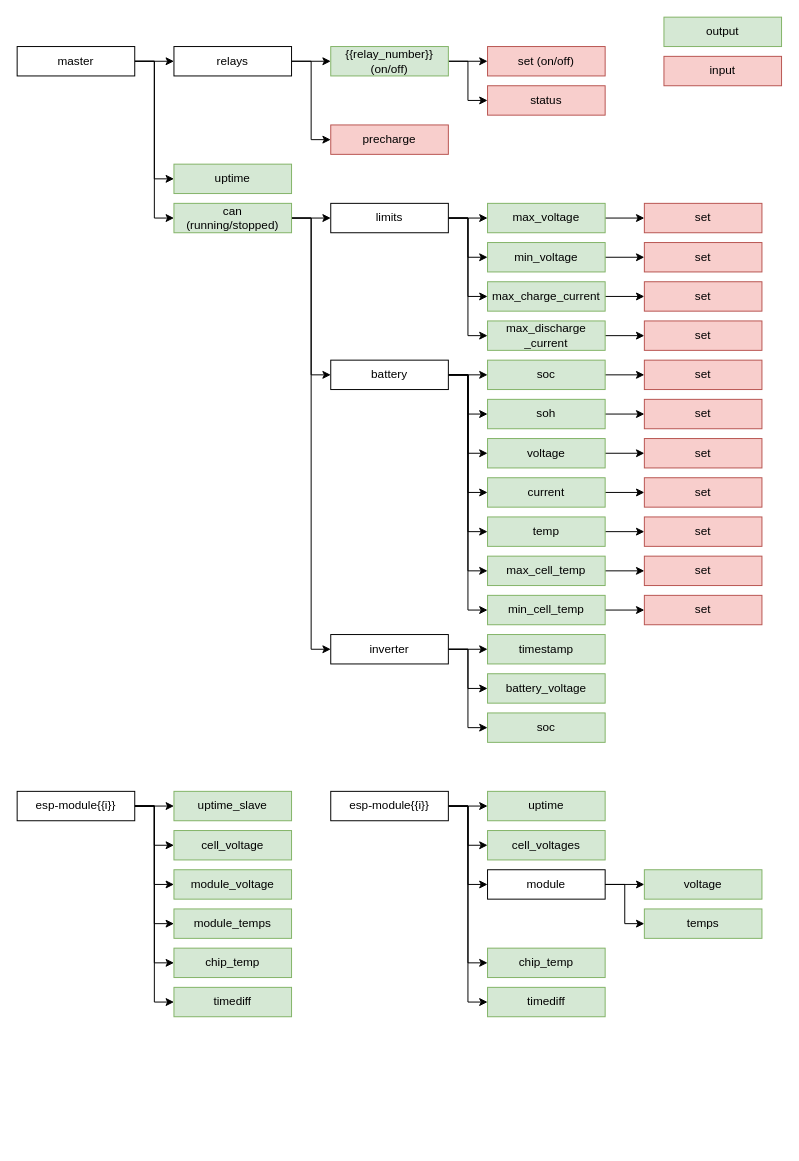
The draw.io diagram mqtt_topics.drawio in SunshadeCorp/EasyBMS-master, before the edit. Source tidied: cells renumbered, new cells numbered last; positions are measured from the earlier drawing's top-left corner, leaving out a move shared by most shapes. Both pictures are drawn from the tidied source at 98%, with x=0, y=0 at pixel (17, 17).
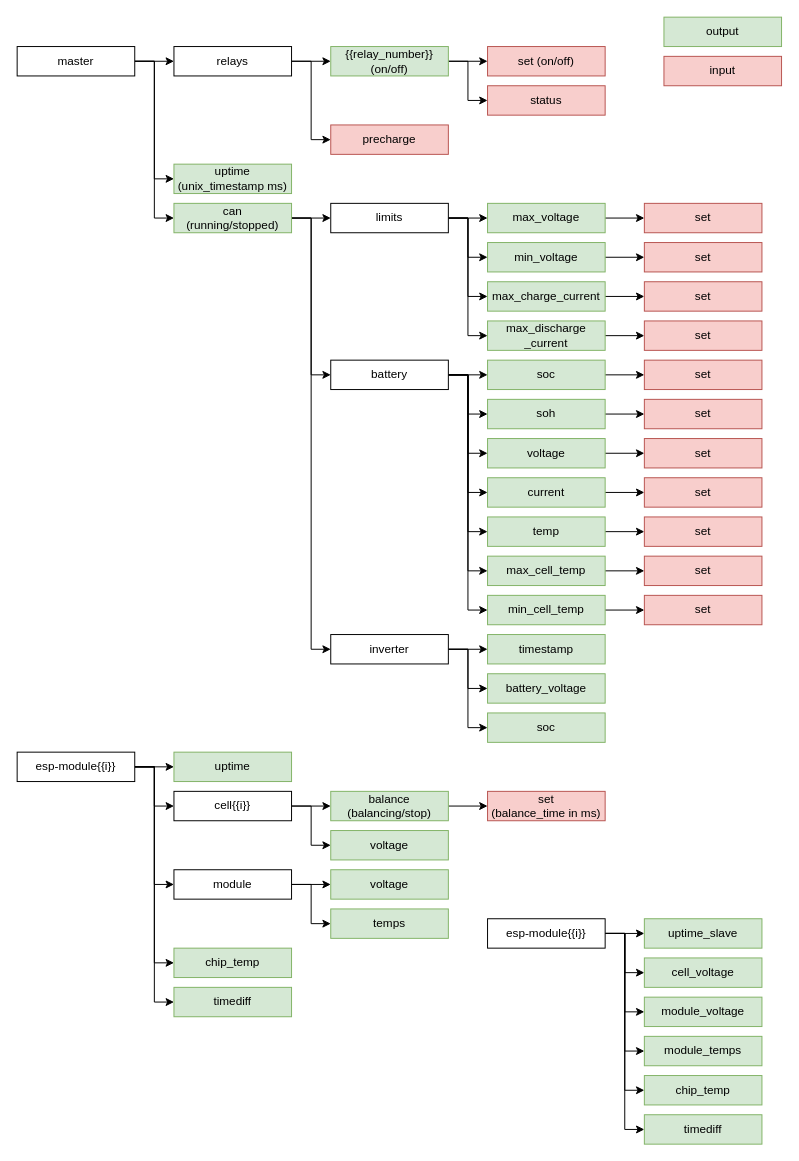
Above is the later version.

Diff of the diagram source:
```diff
@@
     <mxCell id="15" value="esp-module{{i}}" style="rounded=0;whiteSpace=wrap;html=1;" parent="1" vertex="1">
-      <mxGeometry y="790" width="120" height="30" as="geometry" />
+      <mxGeometry x="480" y="920" width="120" height="30" as="geometry" />
     </mxCell>
@@
     <mxCell id="24" value="uptime_slave" style="rounded=0;whiteSpace=wrap;html=1;fillColor=#d5e8d4;strokeColor=#82b366;" parent="1" vertex="1">
-      <mxGeometry x="160" y="790" width="120" height="30" as="geometry" />
+      <mxGeometry x="640" y="920" width="120" height="30" as="geometry" />
     </mxCell>
     <mxCell id="25" value="cell_voltage" style="rounded=0;whiteSpace=wrap;html=1;fillColor=#d5e8d4;strokeColor=#82b366;" parent="1" vertex="1">
-      <mxGeometry x="160" y="830" width="120" height="30" as="geometry" />
+      <mxGeometry x="640" y="960" width="120" height="30" as="geometry" />
     </mxCell>
     <mxCell id="26" value="module_voltage" style="rounded=0;whiteSpace=wrap;html=1;fillColor=#d5e8d4;strokeColor=#82b366;" parent="1" vertex="1">
-      <mxGeometry x="160" y="870" width="120" height="30" as="geometry" />
+      <mxGeometry x="640" y="1000" width="120" height="30" as="geometry" />
     </mxCell>
@@
     <mxCell id="28" value="module" style="rounded=0;whiteSpace=wrap;html=1;" parent="1" vertex="1">
-      <mxGeometry x="480" y="870" width="120" height="30" as="geometry" />
+      <mxGeometry x="160" y="870" width="120" height="30" as="geometry" />
     </mxCell>
-    <mxCell id="29" value="cell_voltages" style="rounded=0;whiteSpace=wrap;html=1;fillColor=#d5e8d4;strokeColor=#82b366;" parent="1" vertex="1">
-      <mxGeometry x="480" y="830" width="120" height="30" as="geometry" />
+    <mxCell id="29" value="voltage" style="rounded=0;whiteSpace=wrap;html=1;fillColor=#d5e8d4;strokeColor=#82b366;" parent="1" vertex="1">
+      <mxGeometry x="320" y="830" width="120" height="30" as="geometry" />
     </mxCell>
     <mxCell id="30" value="timediff" style="rounded=0;whiteSpace=wrap;html=1;fillColor=#d5e8d4;strokeColor=#82b366;" parent="1" vertex="1">
-      <mxGeometry x="160" y="990" width="120" height="30" as="geometry" />
+      <mxGeometry x="640" y="1120" width="120" height="30" as="geometry" />
     </mxCell>
     <mxCell id="31" value="chip_temp" style="rounded=0;whiteSpace=wrap;html=1;fillColor=#d5e8d4;strokeColor=#82b366;" parent="1" vertex="1">
-      <mxGeometry x="160" y="950" width="120" height="30" as="geometry" />
+      <mxGeometry x="640" y="1080" width="120" height="30" as="geometry" />
     </mxCell>
     <mxCell id="32" value="module_temps" style="rounded=0;whiteSpace=wrap;html=1;fillColor=#d5e8d4;strokeColor=#82b366;" parent="1" vertex="1">
-      <mxGeometry x="160" y="910" width="120" height="30" as="geometry" />
+      <mxGeometry x="640" y="1040" width="120" height="30" as="geometry" />
     </mxCell>
-    <mxCell id="33" value="uptime" style="rounded=0;whiteSpace=wrap;html=1;fillColor=#d5e8d4;strokeColor=#82b366;" parent="1" vertex="1">
+    <mxCell id="33" value="uptime&lt;br&gt;(unix_timestamp ms)" style="rounded=0;whiteSpace=wrap;html=1;fillColor=#d5e8d4;strokeColor=#82b366;" parent="1" vertex="1">
       <mxGeometry x="160" y="150" width="120" height="30" as="geometry" />
     </mxCell>
@@
-    <mxCell id="35" style="edgeStyle=orthogonalEdgeStyle;rounded=0;jettySize=auto;html=1;exitX=1;exitY=0.5;exitDx=0;exitDy=0;entryX=0;entryY=0.5;entryDx=0;entryDy=0;" parent="1" edge="1" source="40" target="29">
-      <mxGeometry relative="1" as="geometry" />
-    </mxCell>
@@
+    <mxCell id="103" style="edgeStyle=orthogonalEdgeStyle;rounded=0;jettySize=auto;html=1;exitX=1;exitY=0.5;exitDx=0;exitDy=0;entryX=0;entryY=0.5;entryDx=0;entryDy=0;" parent="1" edge="1" source="40" target="106">
+      <mxGeometry relative="1" as="geometry" />
+    </mxCell>
     <mxCell id="40" value="esp-module{{i}}" style="rounded=0;whiteSpace=wrap;html=1;" parent="1" vertex="1">
-      <mxGeometry x="320" y="790" width="120" height="30" as="geometry" />
+      <mxGeometry y="750" width="120" height="30" as="geometry" />
     </mxCell>
     <mxCell id="41" value="uptime" style="rounded=0;whiteSpace=wrap;html=1;fillColor=#d5e8d4;strokeColor=#82b366;" parent="1" vertex="1">
-      <mxGeometry x="480" y="790" width="120" height="30" as="geometry" />
+      <mxGeometry x="160" y="750" width="120" height="30" as="geometry" />
     </mxCell>
     <mxCell id="42" value="voltage" style="rounded=0;whiteSpace=wrap;html=1;fillColor=#d5e8d4;strokeColor=#82b366;" parent="1" vertex="1">
-      <mxGeometry x="640" y="870" width="120" height="30" as="geometry" />
+      <mxGeometry x="320" y="870" width="120" height="30" as="geometry" />
     </mxCell>
     <mxCell id="43" value="timediff" style="rounded=0;whiteSpace=wrap;html=1;fillColor=#d5e8d4;strokeColor=#82b366;" parent="1" vertex="1">
-      <mxGeometry x="480" y="990" width="120" height="30" as="geometry" />
+      <mxGeometry x="160" y="990" width="120" height="30" as="geometry" />
     </mxCell>
     <mxCell id="44" value="chip_temp" style="rounded=0;whiteSpace=wrap;html=1;fillColor=#d5e8d4;strokeColor=#82b366;" parent="1" vertex="1">
-      <mxGeometry x="480" y="950" width="120" height="30" as="geometry" />
+      <mxGeometry x="160" y="950" width="120" height="30" as="geometry" />
     </mxCell>
     <mxCell id="45" value="temps" style="rounded=0;whiteSpace=wrap;html=1;fillColor=#d5e8d4;strokeColor=#82b366;" parent="1" vertex="1">
-      <mxGeometry x="640" y="910" width="120" height="30" as="geometry" />
+      <mxGeometry x="320" y="910" width="120" height="30" as="geometry" />
     </mxCell>
@@
+    <mxCell id="104" style="edgeStyle=orthogonalEdgeStyle;rounded=0;jettySize=auto;html=1;exitX=1;exitY=0.5;exitDx=0;exitDy=0;entryX=0;entryY=0.5;entryDx=0;entryDy=0;" parent="1" edge="1" source="106" target="108">
+      <mxGeometry relative="1" as="geometry" />
+    </mxCell>
+    <mxCell id="105" style="edgeStyle=orthogonalEdgeStyle;rounded=0;jettySize=auto;html=1;exitX=1;exitY=0.5;exitDx=0;exitDy=0;entryX=0;entryY=0.5;entryDx=0;entryDy=0;" parent="1" edge="1" source="106" target="29">
+      <mxGeometry relative="1" as="geometry" />
+    </mxCell>
+    <mxCell id="106" value="cell{{i}}" style="rounded=0;whiteSpace=wrap;html=1;" parent="1" vertex="1">
+      <mxGeometry x="160" y="790" width="120" height="30" as="geometry" />
+    </mxCell>
+    <mxCell id="107" style="edgeStyle=orthogonalEdgeStyle;rounded=0;jettySize=auto;html=1;exitX=1;exitY=0.5;exitDx=0;exitDy=0;entryX=0;entryY=0.5;entryDx=0;entryDy=0;" parent="1" edge="1" source="108" target="109">
+      <mxGeometry relative="1" as="geometry" />
+    </mxCell>
+    <mxCell id="108" value="balance&lt;br&gt;(balancing/stop)" style="rounded=0;whiteSpace=wrap;html=1;fillColor=#d5e8d4;strokeColor=#82b366;" parent="1" vertex="1">
+      <mxGeometry x="320" y="790" width="120" height="30" as="geometry" />
+    </mxCell>
+    <mxCell id="109" value="set&lt;br&gt;(balance_time in ms)" style="rounded=0;whiteSpace=wrap;html=1;fillColor=#f8cecc;strokeColor=#b85450;" parent="1" vertex="1">
+      <mxGeometry x="480" y="790" width="120" height="30" as="geometry" />
+    </mxCell>
```
